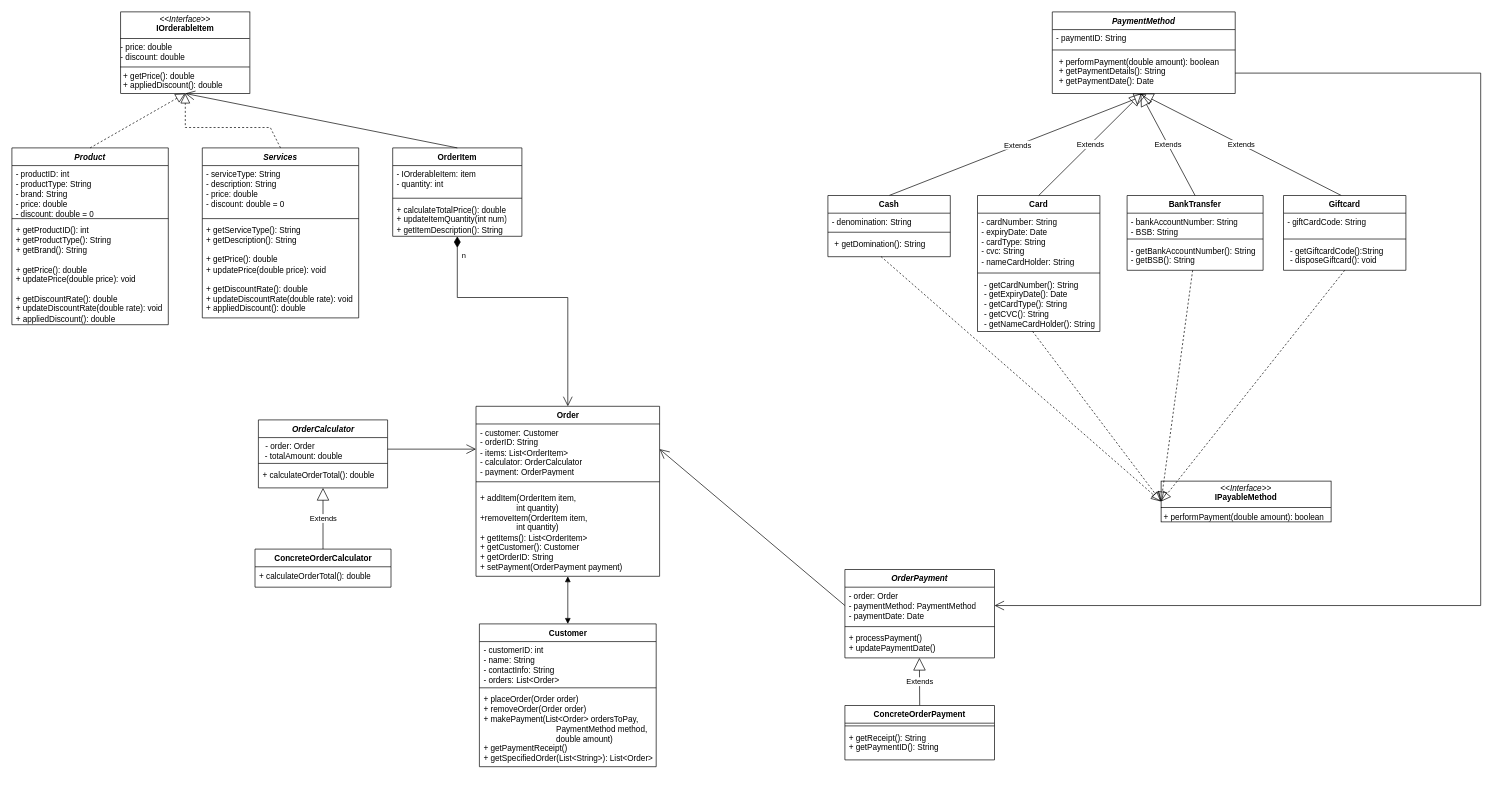
The draw.io diagram soft2201w3.drawio in NguyenChHieu/graphs, before the edit. Source tidied: cells renumbered, new cells numbered last; positions are measured from the earlier drawing's top-left corner, leaving out a move shared by most shapes. Both pictures are drawn from the tidied source at 68%, with x=0, y=0 at pixel (12, 12).
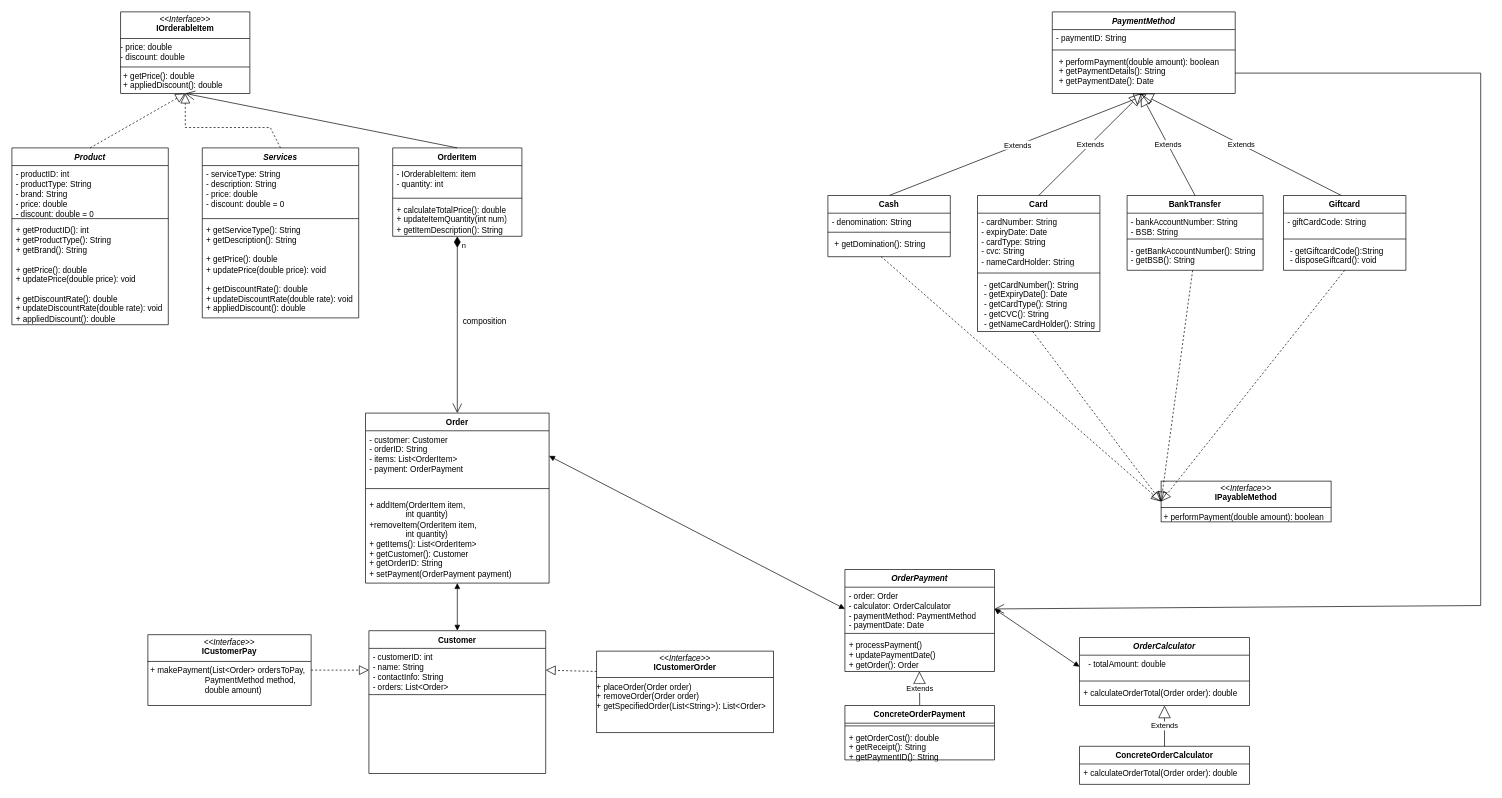
The same diagram, later.

Unchanged cells that the change refers to:
```xml
<mxCell id="11" value="&lt;div&gt;- customerID: int&lt;/div&gt;&lt;div&gt;- name: String&lt;/div&gt;&lt;div&gt;- contactInfo: String&lt;/div&gt;- orders: List&amp;lt;Order&amp;gt;" style="text;strokeColor=none;fillColor=none;align=left;verticalAlign=top;spacingLeft=4;spacingRight=4;overflow=hidden;points=[[0,0.5],[1,0.5]];portConstraint=eastwest;whiteSpace=wrap;html=1;" parent="10" vertex="1">
  <mxGeometry y="26" width="260" height="64" as="geometry" />
</mxCell>
<mxCell id="17" value="OrderItem" style="swimlane;fontStyle=1;align=center;verticalAlign=top;horizontal=1;startSize=26;whiteSpace=wrap;html=1;" parent="1" vertex="1">
  <mxGeometry x="560" y="200" width="190" height="130" as="geometry" />
</mxCell>
<mxCell id="63" value="ConcreteOrderPayment" style="swimlane;fontStyle=1;align=center;verticalAlign=top;horizontal=1;startSize=26;whiteSpace=wrap;html=1;" parent="1" vertex="1">
  <mxGeometry x="1225" y="1020" width="220" height="80" as="geometry" />
</mxCell>
```

The edit, as a diff of the source:
```diff
@@
     <mxCell id="10" value="Customer" style="swimlane;fontStyle=1;align=center;verticalAlign=top;horizontal=1;startSize=26;whiteSpace=wrap;html=1;" parent="1" vertex="1">
-      <mxGeometry x="687.5" y="900" width="260" height="210" as="geometry" />
+      <mxGeometry x="525" y="910" width="260" height="210" as="geometry" />
     </mxCell>
@@
-    <mxCell id="13" value="&lt;div&gt;+ placeOrder(Order order)&lt;/div&gt;&lt;div&gt;+ removeOrder(Order order)&lt;/div&gt;&lt;div&gt;+ makePayment(List&amp;lt;Order&amp;gt; ordersToPay, &lt;span style=&quot;white-space: pre;&quot;&gt;&#9;&lt;/span&gt;&lt;span style=&quot;white-space: pre;&quot;&gt;&#9;&lt;/span&gt;&lt;span style=&quot;white-space: pre;&quot;&gt;&#9;&lt;/span&gt;&lt;span style=&quot;white-space: pre;&quot;&gt;&#9;&lt;/span&gt;PaymentMethod method, &lt;span style=&quot;white-space: pre;&quot;&gt;&#9;&lt;/span&gt;&lt;span style=&quot;white-space: pre;&quot;&gt;&#9;&lt;/span&gt;&lt;span style=&quot;white-space: pre;&quot;&gt;&#9;&lt;/span&gt;&lt;span style=&quot;white-space: pre;&quot;&gt;&#9;&lt;/span&gt;double amount)&lt;/div&gt;&lt;div&gt;+ getPaymentReceipt(&lt;span style=&quot;background-color: initial;&quot;&gt;)&lt;/span&gt;&lt;/div&gt;&lt;div&gt;&lt;span style=&quot;background-color: initial;&quot;&gt;+ getSpecifiedOrder(List&amp;lt;String&amp;gt;): List&amp;lt;Order&amp;gt;&lt;/span&gt;&lt;/div&gt;" style="text;strokeColor=none;fillColor=none;align=left;verticalAlign=top;spacingLeft=4;spacingRight=4;overflow=hidden;whiteSpace=wrap;html=1;" parent="10" vertex="1">
+    <mxCell id="13" value="&lt;div&gt;&lt;br&gt;&lt;/div&gt;" style="text;strokeColor=none;fillColor=none;align=left;verticalAlign=top;spacingLeft=4;spacingRight=4;overflow=hidden;whiteSpace=wrap;html=1;" parent="10" vertex="1">
       <mxGeometry y="98" width="260" height="112" as="geometry" />
     </mxCell>
@@
     <mxCell id="22" value="Order" style="swimlane;fontStyle=1;align=center;verticalAlign=top;horizontal=1;startSize=26;whiteSpace=wrap;html=1;" parent="1" vertex="1">
-      <mxGeometry x="682.5" y="580" width="270" height="250" as="geometry" />
+      <mxGeometry x="520" y="590" width="270" height="250" as="geometry" />
     </mxCell>
-    <mxCell id="23" value="&lt;div&gt;- customer: Customer&lt;/div&gt;&lt;div&gt;- orderID: String&lt;/div&gt;- items&lt;span style=&quot;background-color: initial;&quot;&gt;: List&amp;lt;OrderItem&amp;gt;&amp;nbsp;&lt;/span&gt;&lt;div&gt;- calculator: OrderCalculator&lt;/div&gt;&lt;div&gt;- payment: OrderPayment&lt;/div&gt;" style="text;strokeColor=none;fillColor=none;align=left;verticalAlign=top;spacingLeft=4;spacingRight=4;overflow=hidden;points=[[0,0.5],[1,0.5]];portConstraint=eastwest;whiteSpace=wrap;html=1;" parent="22" vertex="1">
+    <mxCell id="23" value="&lt;div&gt;- customer: Customer&lt;/div&gt;&lt;div&gt;- orderID: String&lt;/div&gt;- items&lt;span style=&quot;background-color: initial;&quot;&gt;: List&amp;lt;OrderItem&amp;gt;&amp;nbsp;&lt;/span&gt;&lt;div&gt;&lt;span style=&quot;background-color: initial;&quot;&gt;- payment: OrderPayment&lt;/span&gt;&lt;br&gt;&lt;/div&gt;" style="text;strokeColor=none;fillColor=none;align=left;verticalAlign=top;spacingLeft=4;spacingRight=4;overflow=hidden;points=[[0,0.5],[1,0.5]];portConstraint=eastwest;whiteSpace=wrap;html=1;" parent="22" vertex="1">
       <mxGeometry y="26" width="270" height="74" as="geometry" />
     </mxCell>
@@
     <mxCell id="34" value="n" style="endArrow=open;html=1;endSize=12;startArrow=diamondThin;startSize=14;startFill=1;edgeStyle=orthogonalEdgeStyle;align=left;verticalAlign=bottom;rounded=0;exitX=0.5;exitY=1;exitDx=0;exitDy=0;entryX=0.5;entryY=0;entryDx=0;entryDy=0;" parent="1" edge="1" source="17" target="22">
       <mxGeometry x="-0.82" y="5" relative="1" as="geometry">
         <Array as="points">
-          <mxPoint x="655" y="420" />
-          <mxPoint x="818" y="420" />
+          <mxPoint x="655" y="580" />
         </Array>
       </mxGeometry>
     </mxCell>
@@
     <mxCell id="36" value="ConcreteOrderCalculator" style="swimlane;fontStyle=1;align=center;verticalAlign=top;horizontal=1;startSize=26;whiteSpace=wrap;html=1;" parent="1" vertex="1">
-      <mxGeometry x="357.5" y="790" width="200" height="56" as="geometry" />
+      <mxGeometry x="1570" y="1080" width="250" height="56" as="geometry" />
     </mxCell>
-    <mxCell id="37" value="&lt;div&gt;&lt;div&gt;+ calculateOrderTotal(): double&lt;/div&gt;&lt;div&gt;&lt;br&gt;&lt;/div&gt;&lt;/div&gt;" style="text;strokeColor=none;fillColor=none;align=left;verticalAlign=top;spacingLeft=4;spacingRight=4;overflow=hidden;whiteSpace=wrap;html=1;" parent="36" vertex="1">
-      <mxGeometry y="26" width="200" height="30" as="geometry" />
+    <mxCell id="37" value="&lt;div&gt;+ calculateOrderTotal(&lt;span style=&quot;background-color: initial;&quot;&gt;Order order&lt;/span&gt;&lt;span style=&quot;background-color: initial;&quot;&gt;): double&lt;/span&gt;&lt;/div&gt;&lt;div&gt;&lt;br&gt;&lt;br&gt;&lt;/div&gt;" style="text;strokeColor=none;fillColor=none;align=left;verticalAlign=top;spacingLeft=4;spacingRight=4;overflow=hidden;whiteSpace=wrap;html=1;" parent="36" vertex="1">
+      <mxGeometry y="26" width="250" height="30" as="geometry" />
     </mxCell>
     <mxCell id="38" value="&lt;i&gt;OrderPayment&lt;/i&gt;" style="swimlane;fontStyle=1;align=center;verticalAlign=top;horizontal=1;startSize=26;whiteSpace=wrap;html=1;" parent="1" vertex="1">
-      <mxGeometry x="1225" y="820" width="220" height="130" as="geometry" />
+      <mxGeometry x="1225" y="820" width="220" height="150" as="geometry" />
     </mxCell>
-    <mxCell id="39" value="- order: Order&lt;div&gt;&lt;div&gt;&lt;span style=&quot;background-color: initial;&quot;&gt;- paymentMethod: PaymentMethod&lt;/span&gt;&lt;br&gt;&lt;/div&gt;&lt;div&gt;-&lt;span style=&quot;background-color: initial;&quot;&gt;&amp;nbsp;payment&lt;/span&gt;&lt;span style=&quot;background-color: initial;&quot;&gt;Date: Date&lt;/span&gt;&lt;/div&gt;&lt;/div&gt;" style="text;strokeColor=none;fillColor=none;align=left;verticalAlign=top;spacingLeft=4;spacingRight=4;overflow=hidden;points=[[0,0.5],[1,0.5]];portConstraint=eastwest;whiteSpace=wrap;html=1;" parent="38" vertex="1">
-      <mxGeometry y="26" width="220" height="54" as="geometry" />
+    <mxCell id="39" value="- order: Order&lt;div&gt;- calculator: OrderCalculator&lt;br&gt;&lt;div&gt;&lt;div&gt;&lt;span style=&quot;background-color: initial;&quot;&gt;- paymentMethod: PaymentMethod&lt;/span&gt;&lt;br&gt;&lt;/div&gt;&lt;div&gt;-&lt;span style=&quot;background-color: initial;&quot;&gt;&amp;nbsp;payment&lt;/span&gt;&lt;span style=&quot;background-color: initial;&quot;&gt;Date: Date&lt;/span&gt;&lt;/div&gt;&lt;/div&gt;&lt;/div&gt;" style="text;strokeColor=none;fillColor=none;align=left;verticalAlign=top;spacingLeft=4;spacingRight=4;overflow=hidden;points=[[0,0.5],[1,0.5]];portConstraint=eastwest;whiteSpace=wrap;html=1;" parent="38" vertex="1">
+      <mxGeometry y="26" width="220" height="64" as="geometry" />
     </mxCell>
     <mxCell id="40" style="line;strokeWidth=1;fillColor=none;align=left;verticalAlign=middle;spacingTop=-1;spacingLeft=3;spacingRight=3;labelPosition=right;strokeColor=inherit;" parent="38" vertex="1">
-      <mxGeometry y="80" width="220" height="8" as="geometry" />
+      <mxGeometry y="90" width="220" height="8" as="geometry" />
     </mxCell>
-    <mxCell id="41" value="&lt;div&gt;+ processPayment()&lt;/div&gt;&lt;div&gt;&lt;span style=&quot;background-color: initial;&quot;&gt;+ updatePaymentDate()&lt;/span&gt;&lt;/div&gt;" style="text;strokeColor=none;fillColor=none;align=left;verticalAlign=top;spacingLeft=4;spacingRight=4;overflow=hidden;points=[[0,0.5],[1,0.5]];portConstraint=eastwest;whiteSpace=wrap;html=1;" parent="38" vertex="1">
-      <mxGeometry y="88" width="220" height="42" as="geometry" />
+    <mxCell id="41" value="&lt;div&gt;+ processPayment()&lt;/div&gt;&lt;div&gt;&lt;span style=&quot;background-color: initial;&quot;&gt;+ updatePaymentDate()&lt;/span&gt;&lt;/div&gt;&lt;div&gt;&lt;span style=&quot;background-color: initial;&quot;&gt;+ getOrder(): Order&lt;/span&gt;&lt;/div&gt;" style="text;strokeColor=none;fillColor=none;align=left;verticalAlign=top;spacingLeft=4;spacingRight=4;overflow=hidden;points=[[0,0.5],[1,0.5]];portConstraint=eastwest;whiteSpace=wrap;html=1;" parent="38" vertex="1">
+      <mxGeometry y="98" width="220" height="52" as="geometry" />
     </mxCell>
     <mxCell id="42" value="&lt;b&gt;&lt;i&gt;OrderCalculator&lt;/i&gt;&lt;/b&gt;" style="swimlane;fontStyle=1;align=center;verticalAlign=top;horizontal=1;startSize=26;whiteSpace=wrap;html=1;" parent="1" vertex="1">
-      <mxGeometry x="362.5" y="600" width="190" height="100" as="geometry" />
+      <mxGeometry x="1570" y="920" width="250" height="100" as="geometry" />
     </mxCell>
-    <mxCell id="43" value="&lt;p style=&quot;margin: 0px 0px 0px 4px;&quot;&gt;- order: Order&lt;/p&gt;&lt;div&gt;&lt;span style=&quot;background-color: initial;&quot;&gt;&amp;nbsp;- totalAmount: double&amp;nbsp;&lt;/span&gt;&lt;/div&gt;" style="text;strokeColor=none;fillColor=none;align=left;verticalAlign=top;spacingLeft=4;spacingRight=4;overflow=hidden;points=[[0,0.5],[1,0.5]];portConstraint=eastwest;whiteSpace=wrap;html=1;" parent="42" vertex="1">
-      <mxGeometry y="26" width="190" height="34" as="geometry" />
+    <mxCell id="43" value="&lt;p style=&quot;margin: 0px 0px 0px 4px;&quot;&gt;&lt;span style=&quot;background-color: initial;&quot;&gt;&amp;nbsp;- totalAmount: double&amp;nbsp;&lt;/span&gt;&lt;br&gt;&lt;/p&gt;" style="text;strokeColor=none;fillColor=none;align=left;verticalAlign=top;spacingLeft=4;spacingRight=4;overflow=hidden;points=[[0,0.5],[1,0.5]];portConstraint=eastwest;whiteSpace=wrap;html=1;" parent="42" vertex="1">
+      <mxGeometry y="26" width="250" height="34" as="geometry" />
     </mxCell>
     <mxCell id="44" style="line;strokeWidth=1;fillColor=none;align=left;verticalAlign=middle;spacingTop=-1;spacingLeft=3;spacingRight=3;labelPosition=right;strokeColor=inherit;" parent="42" vertex="1">
-      <mxGeometry y="60" width="190" height="8" as="geometry" />
+      <mxGeometry y="60" width="250" height="8" as="geometry" />
     </mxCell>
-    <mxCell id="45" value="&lt;div&gt;+ calculateOrderTotal(): double&lt;/div&gt;&lt;div&gt;&lt;br&gt;&lt;/div&gt;" style="text;strokeColor=none;fillColor=none;align=left;verticalAlign=top;spacingLeft=4;spacingRight=4;overflow=hidden;whiteSpace=wrap;html=1;" parent="42" vertex="1">
-      <mxGeometry y="68" width="190" height="32" as="geometry" />
+    <mxCell id="45" value="&lt;div&gt;+ calculateOrderTotal(Order order): double&lt;/div&gt;&lt;div&gt;&lt;br&gt;&lt;/div&gt;" style="text;strokeColor=none;fillColor=none;align=left;verticalAlign=top;spacingLeft=4;spacingRight=4;overflow=hidden;whiteSpace=wrap;html=1;" parent="42" vertex="1">
+      <mxGeometry y="68" width="250" height="32" as="geometry" />
     </mxCell>
-    <mxCell id="46" style="endArrow=open;endFill=1;endSize=12;html=1;rounded=0;entryX=0;entryY=0.5;entryDx=0;entryDy=0;exitX=1;exitY=0.5;exitDx=0;exitDy=0;" parent="1" edge="1" source="43" target="23">
-      <mxGeometry relative="1" as="geometry" />
-    </mxCell>
@@
-    <mxCell id="49" style="endArrow=open;endFill=1;endSize=12;html=1;rounded=0;entryX=1;entryY=0.5;entryDx=0;entryDy=0;exitX=0;exitY=0.5;exitDx=0;exitDy=0;" parent="1" edge="1" source="39" target="23">
-      <mxGeometry relative="1" as="geometry" />
-    </mxCell>
@@
-    <mxCell id="65" value="&lt;div&gt;+ getReceipt(): String&lt;/div&gt;&lt;div&gt;+ getPaymentID(): String&lt;/div&gt;" style="text;strokeColor=none;fillColor=none;align=left;verticalAlign=top;spacingLeft=4;spacingRight=4;overflow=hidden;whiteSpace=wrap;html=1;" parent="63" vertex="1">
+    <mxCell id="65" value="&lt;div&gt;+ getOrderCost(): double&lt;/div&gt;&lt;div&gt;+ getReceipt(): String&lt;/div&gt;&lt;div&gt;+ getPaymentID(): String&lt;/div&gt;" style="text;strokeColor=none;fillColor=none;align=left;verticalAlign=top;spacingLeft=4;spacingRight=4;overflow=hidden;whiteSpace=wrap;html=1;" parent="63" vertex="1">
       <mxGeometry y="34" width="220" height="46" as="geometry" />
     </mxCell>
@@
+    <mxCell id="75" style="endArrow=block;startArrow=block;endFill=1;startFill=1;html=1;rounded=0;entryX=0;entryY=0.5;entryDx=0;entryDy=0;exitX=1;exitY=0.5;exitDx=0;exitDy=0;" parent="1" edge="1" source="39" target="43">
+      <mxGeometry relative="1" as="geometry" />
+    </mxCell>
+    <mxCell id="76" style="endArrow=block;startArrow=block;endFill=1;startFill=1;html=1;rounded=0;entryX=0;entryY=0.5;entryDx=0;entryDy=0;exitX=1;exitY=0.5;exitDx=0;exitDy=0;" parent="1" edge="1" source="23" target="39">
+      <mxGeometry relative="1" as="geometry" />
+    </mxCell>
+    <mxCell id="77" value="&lt;p style=&quot;margin:0px;margin-top:4px;text-align:center;&quot;&gt;&lt;i&gt;&amp;lt;&amp;lt;Interface&amp;gt;&amp;gt;&lt;/i&gt;&lt;br&gt;&lt;b&gt;ICustomerPay&lt;/b&gt;&lt;/p&gt;&lt;hr size=&quot;1&quot; style=&quot;border-style:solid;&quot;&gt;&lt;p style=&quot;margin:0px;margin-left:4px;&quot;&gt;&lt;/p&gt;&lt;p style=&quot;margin:0px;margin-left:4px;&quot;&gt;+ makePayment(List&amp;lt;Order&amp;gt; ordersToPay,&amp;nbsp;&lt;/p&gt;&lt;p style=&quot;margin:0px;margin-left:4px;&quot;&gt;&lt;span style=&quot;white-space: pre;&quot;&gt;&#9;&lt;/span&gt;&lt;span style=&quot;white-space: pre;&quot;&gt;&#9;&lt;/span&gt;&lt;span style=&quot;white-space: pre;&quot;&gt;&#9;&lt;/span&gt;PaymentMethod method,&amp;nbsp;&lt;/p&gt;&lt;p style=&quot;margin:0px;margin-left:4px;&quot;&gt;&lt;span style=&quot;white-space: pre;&quot;&gt;&#9;&lt;/span&gt;&lt;span style=&quot;white-space: pre;&quot;&gt;&#9;&lt;/span&gt;&lt;span style=&quot;white-space: pre;&quot;&gt;&#9;&lt;/span&gt;double amount)&lt;br&gt;&lt;/p&gt;" style="verticalAlign=top;align=left;overflow=fill;html=1;whiteSpace=wrap;" parent="1" vertex="1">
+      <mxGeometry x="200" y="916" width="240" height="104" as="geometry" />
+    </mxCell>
+    <mxCell id="78" value="&lt;p style=&quot;margin:0px;margin-top:4px;text-align:center;&quot;&gt;&lt;i&gt;&amp;lt;&amp;lt;Interface&amp;gt;&amp;gt;&lt;/i&gt;&lt;br&gt;&lt;b&gt;ICustomerOrder&lt;/b&gt;&lt;/p&gt;&lt;hr size=&quot;1&quot; style=&quot;border-style:solid;&quot;&gt;&lt;div&gt;+ placeOrder(Order order)&lt;/div&gt;&lt;div&gt;+ removeOrder(Order order)&lt;/div&gt;&lt;div&gt;&lt;span style=&quot;background-color: initial;&quot;&gt;+ getSpecifiedOrder(List&amp;lt;String&amp;gt;): List&amp;lt;Order&amp;gt;&lt;/span&gt;&lt;/div&gt;" style="verticalAlign=top;align=left;overflow=fill;html=1;whiteSpace=wrap;" parent="1" vertex="1">
+      <mxGeometry x="860" y="940" width="260" height="120" as="geometry" />
+    </mxCell>
+    <mxCell id="79" style="endArrow=block;dashed=1;endFill=0;endSize=12;html=1;rounded=0;exitX=1;exitY=0.5;exitDx=0;exitDy=0;entryX=0;entryY=0.5;entryDx=0;entryDy=0;" parent="1" edge="1" source="77" target="11">
+      <mxGeometry relative="1" as="geometry" />
+    </mxCell>
+    <mxCell id="80" style="endArrow=block;dashed=1;endFill=0;endSize=12;html=1;rounded=0;exitX=0;exitY=0.25;exitDx=0;exitDy=0;entryX=1;entryY=0.5;entryDx=0;entryDy=0;" parent="1" edge="1" source="78" target="11">
+      <mxGeometry relative="1" as="geometry" />
+    </mxCell>
+    <mxCell id="81" value="composition" style="text;html=1;align=center;verticalAlign=middle;strokeColor=none;fillColor=none;" parent="1" vertex="1">
+      <mxGeometry x="650" y="440" width="90" height="30" as="geometry" />
+    </mxCell>
```
